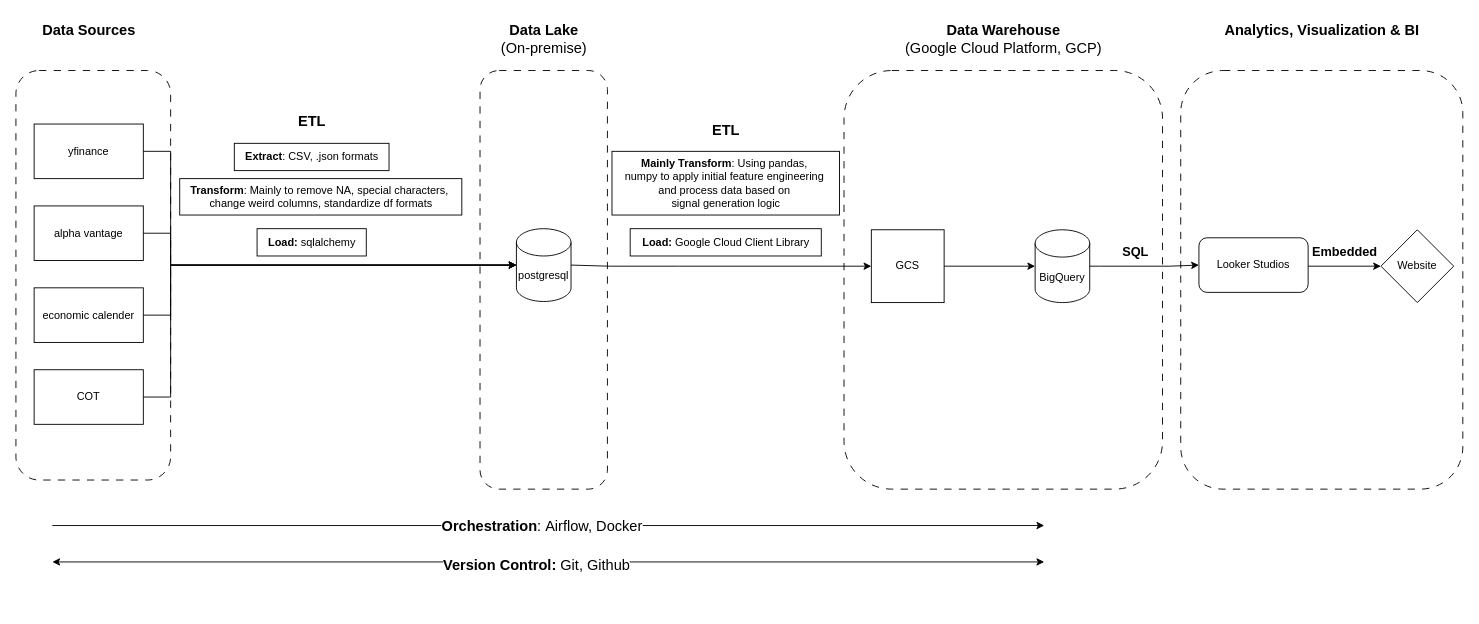
Before: Stock Analysis System.drawio in Tgop1310/Projects, a draw.io diagram. Source tidied: cells renumbered, new cells numbered last; positions are measured from the earlier drawing's top-left corner, leaving out a move shared by most shapes. Both pictures are drawn from the tidied source at 91%, with x=0, y=0 at pixel (15, 15).
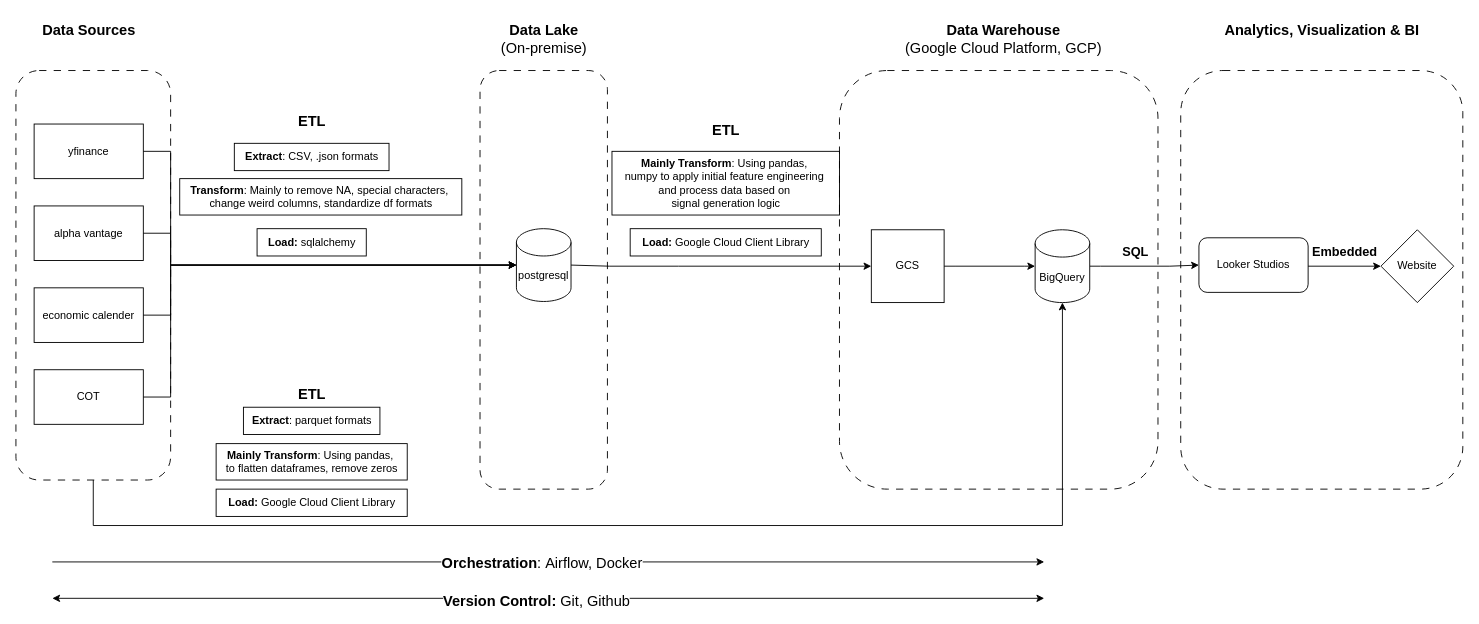
After the change.

The change refers to these unchanged cells:
```xml
<mxCell id="14" value="BigQuery" style="shape=cylinder3;whiteSpace=wrap;html=1;boundedLbl=1;backgroundOutline=1;size=15;" parent="1" vertex="1">
  <mxGeometry x="1120" y="235" width="60" height="80" as="geometry" />
</mxCell>
<mxCell id="31" style="rounded=1;whiteSpace=wrap;html=1;fillColor=none;dashed=1;dashPattern=8 8;" parent="1" vertex="1">
  <mxGeometry y="60" width="170" height="450" as="geometry" />
</mxCell>
```

Diff of the diagram source:
```diff
@@
+    <mxCell id="12" style="rounded=1;whiteSpace=wrap;html=1;fillColor=none;dashed=1;dashPattern=8 8;" parent="1" vertex="1">
+      <mxGeometry x="905" y="60" width="350" height="460" as="geometry" />
+    </mxCell>
@@
-    <mxCell id="12" style="rounded=1;whiteSpace=wrap;html=1;fillColor=none;dashed=1;dashPattern=8 8;" parent="1" vertex="1">
-      <mxGeometry x="910" y="60" width="350" height="460" as="geometry" />
-    </mxCell>
@@
     <mxCell id="21" style="endArrow=classic;html=1;rounded=0;" parent="1" edge="1">
       <mxGeometry relative="1" as="geometry">
-        <mxPoint x="40" y="560" as="sourcePoint" />
-        <mxPoint x="1130" y="560" as="targetPoint" />
+        <mxPoint x="40" y="600" as="sourcePoint" />
+        <mxPoint x="1130" y="600" as="targetPoint" />
       </mxGeometry>
     </mxCell>
@@
     <mxCell id="23" style="endArrow=classic;startArrow=classic;html=1;rounded=0;" parent="1" edge="1">
       <mxGeometry relative="1" as="geometry">
-        <mxPoint x="40" y="600" as="sourcePoint" />
-        <mxPoint x="1130" y="600" as="targetPoint" />
+        <mxPoint x="40" y="640" as="sourcePoint" />
+        <mxPoint x="1130" y="640" as="targetPoint" />
       </mxGeometry>
     </mxCell>
@@
+    <mxCell id="40" style="endArrow=classic;html=1;rounded=0;entryX=0.5;entryY=1;entryDx=0;entryDy=0;entryPerimeter=0;exitX=0.5;exitY=1;exitDx=0;exitDy=0;" parent="1" edge="1" source="31" target="14">
+      <mxGeometry relative="1" as="geometry">
+        <Array as="points">
+          <mxPoint x="85" y="560" />
+          <mxPoint x="1150" y="560" />
+        </Array>
+      </mxGeometry>
+    </mxCell>
+    <mxCell id="41" value="&lt;font style=&quot;font-size: 16px;&quot;&gt;ETL&lt;/font&gt;" style="text;html=1;align=center;verticalAlign=middle;strokeColor=none;fillColor=none;fontStyle=1;" parent="1" vertex="1">
+      <mxGeometry x="300" y="400" width="50" height="30" as="geometry" />
+    </mxCell>
+    <mxCell id="42" value="&lt;div style=&quot;&quot;&gt;&lt;div style=&quot;font-weight: 700;&quot;&gt;Mainly Transform&lt;span style=&quot;font-weight: normal;&quot;&gt;: &lt;/span&gt;&lt;span style=&quot;font-weight: normal; background-color: transparent; color: light-dark(rgb(0, 0, 0), rgb(255, 255, 255));&quot;&gt;Using pandas,&amp;nbsp;&lt;/span&gt;&lt;/div&gt;&lt;div style=&quot;&quot;&gt;to flatten dataframes, remove zeros&lt;/div&gt;&lt;/div&gt;" style="text;html=1;align=center;verticalAlign=middle;strokeColor=default;fillColor=none;" parent="1" vertex="1">
+      <mxGeometry x="220" y="470" width="210" height="40" as="geometry" />
+    </mxCell>
+    <mxCell id="43" value="&lt;span style=&quot;font-weight: 700;&quot;&gt;Extract&lt;/span&gt;: parquet formats" style="text;html=1;align=center;verticalAlign=middle;strokeColor=default;fillColor=none;" parent="1" vertex="1">
+      <mxGeometry x="250" y="430" width="150" height="30" as="geometry" />
+    </mxCell>
+    <mxCell id="44" value="&lt;span style=&quot;font-weight: 700;&quot;&gt;Load:&lt;/span&gt;&amp;nbsp;Google Cloud Client Library" style="text;html=1;align=center;verticalAlign=middle;strokeColor=default;fillColor=none;" parent="1" vertex="1">
+      <mxGeometry x="220" y="520" width="210" height="30" as="geometry" />
+    </mxCell>
```
